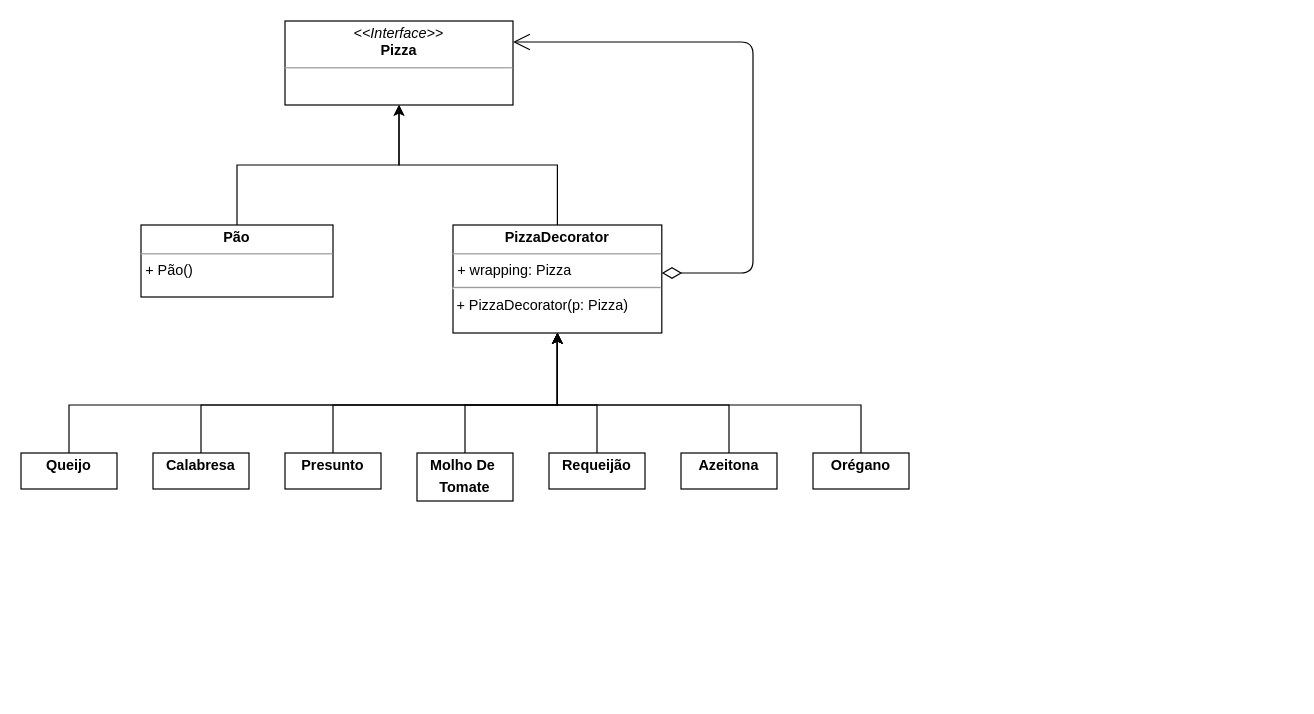
The draw.io diagram questao1.drawio in gbrlbrbs/exlab2ces12, before the edit. Source tidied: cells renumbered, new cells numbered last; positions are measured from the earlier drawing's top-left corner, leaving out a move shared by most shapes. Both pictures are drawn from the tidied source at 120%, with x=0, y=0 at pixel (20, 20).
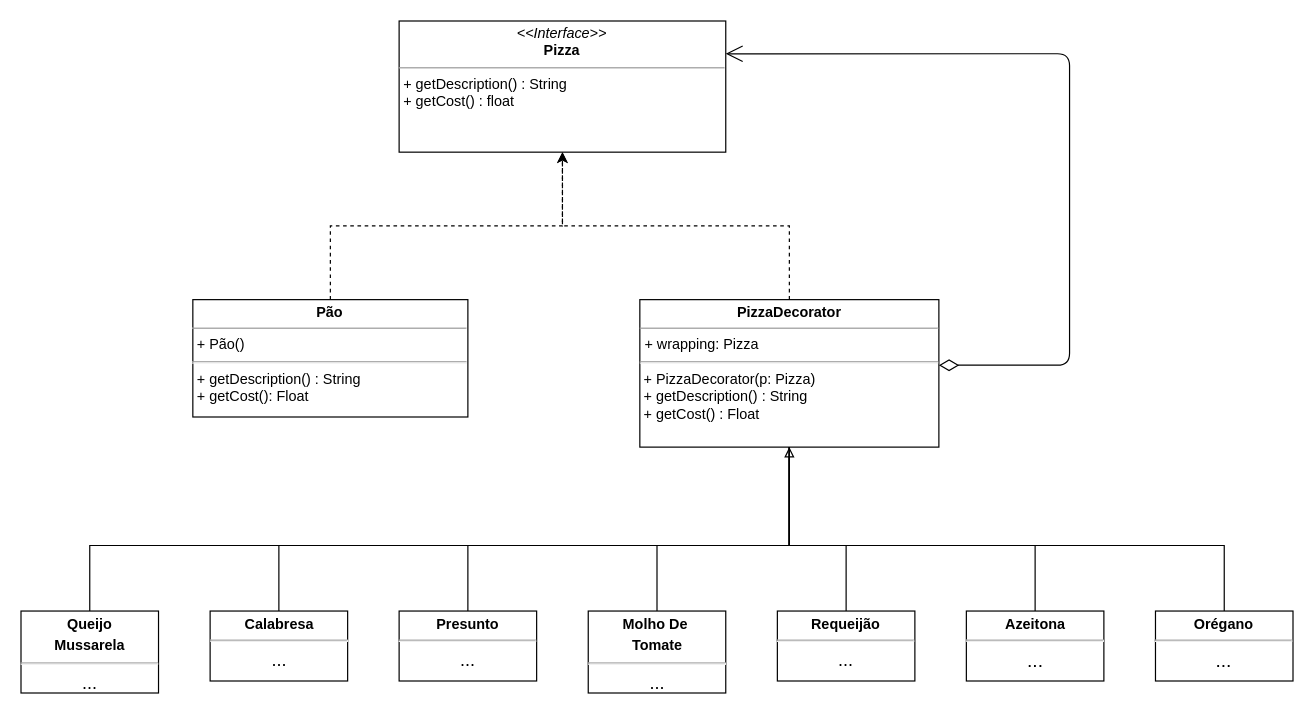
After the change.

The edit, as a diff of the source:
```diff
@@
-    <mxCell id="2" value="&lt;p style=&quot;margin: 0px ; margin-top: 4px ; text-align: center&quot;&gt;&lt;i&gt;&amp;lt;&amp;lt;Interface&amp;gt;&amp;gt;&lt;/i&gt;&lt;br&gt;&lt;b&gt;Pizza&lt;/b&gt;&lt;/p&gt;&lt;hr size=&quot;1&quot;&gt;&lt;p style=&quot;margin: 0px ; margin-left: 4px&quot;&gt;&lt;br&gt;&lt;/p&gt;" style="verticalAlign=top;align=left;overflow=fill;fontSize=12;fontFamily=Helvetica;html=1;" parent="1" vertex="1">
-      <mxGeometry x="220" width="190" height="70" as="geometry" />
+    <mxCell id="2" value="&lt;p style=&quot;margin: 0px ; margin-top: 4px ; text-align: center&quot;&gt;&lt;i&gt;&amp;lt;&amp;lt;Interface&amp;gt;&amp;gt;&lt;/i&gt;&lt;br&gt;&lt;b&gt;Pizza&lt;/b&gt;&lt;/p&gt;&lt;hr size=&quot;1&quot;&gt;&lt;p style=&quot;margin: 0px ; margin-left: 4px&quot;&gt;+ getDescription() : String&lt;/p&gt;&lt;p style=&quot;margin: 0px ; margin-left: 4px&quot;&gt;+ getCost() : float&lt;/p&gt;" style="verticalAlign=top;align=left;overflow=fill;fontSize=12;fontFamily=Helvetica;html=1;" parent="1" vertex="1">
+      <mxGeometry x="315.1" width="272.2" height="109.3" as="geometry" />
     </mxCell>
-    <mxCell id="3" style="edgeStyle=orthogonalEdgeStyle;rounded=0;jettySize=auto;html=1;entryX=0.5;entryY=1;entryDx=0;entryDy=0;" parent="1" edge="1" source="4" target="2">
-      <mxGeometry relative="1" as="geometry" />
+    <mxCell id="3" style="edgeStyle=orthogonalEdgeStyle;rounded=0;jettySize=auto;html=1;entryX=0.5;entryY=1;entryDx=0;entryDy=0;dashed=1;" parent="1" edge="1" source="4" target="2">
+      <mxGeometry x="40" y="100" as="geometry" />
     </mxCell>
-    <mxCell id="4" value="&lt;p style=&quot;margin: 0px ; margin-top: 4px ; text-align: center&quot;&gt;&lt;b&gt;Pão&lt;/b&gt;&lt;/p&gt;&lt;hr size=&quot;1&quot;&gt;&lt;p style=&quot;margin: 0px ; margin-left: 4px&quot;&gt;+ Pão()&lt;/p&gt;" style="verticalAlign=top;align=left;overflow=fill;fontSize=12;fontFamily=Helvetica;html=1;" parent="1" vertex="1">
-      <mxGeometry x="100" y="170" width="160" height="60" as="geometry" />
+    <mxCell id="4" value="&lt;p style=&quot;margin: 0px ; margin-top: 4px ; text-align: center&quot;&gt;&lt;b&gt;Pão&lt;/b&gt;&lt;/p&gt;&lt;hr size=&quot;1&quot;&gt;&lt;p style=&quot;margin: 0px ; margin-left: 4px&quot;&gt;+ Pão()&lt;/p&gt;&lt;hr&gt;&lt;p style=&quot;margin: 0px ; margin-left: 4px&quot;&gt;+ getDescription() : String&lt;/p&gt;&lt;p style=&quot;margin: 0px ; margin-left: 4px&quot;&gt;+ getCost(): Float&lt;/p&gt;" style="verticalAlign=top;align=left;overflow=fill;fontSize=12;fontFamily=Helvetica;html=1;" parent="1" vertex="1">
+      <mxGeometry x="143.2" y="232.2" width="229.2" height="97.8" as="geometry" />
     </mxCell>
-    <mxCell id="5" style="edgeStyle=orthogonalEdgeStyle;rounded=0;jettySize=auto;html=1;entryX=0.5;entryY=1;entryDx=0;entryDy=0;" parent="1" edge="1" source="6" target="2">
-      <mxGeometry relative="1" as="geometry" />
+    <mxCell id="5" style="edgeStyle=orthogonalEdgeStyle;rounded=0;jettySize=auto;html=1;entryX=0.5;entryY=1;entryDx=0;entryDy=0;dashed=1;" parent="1" edge="1" source="6" target="2">
+      <mxGeometry x="40" y="100" as="geometry" />
     </mxCell>
-    <mxCell id="6" value="&lt;p style=&quot;margin: 0px ; margin-top: 4px ; text-align: center&quot;&gt;&lt;b&gt;PizzaDecorator&lt;/b&gt;&lt;/p&gt;&lt;hr size=&quot;1&quot;&gt;&lt;p style=&quot;margin: 0px ; margin-left: 4px&quot;&gt;&lt;span&gt;+ wrapping: Pizza&lt;/span&gt;&lt;br&gt;&lt;/p&gt;&lt;hr&gt;&amp;nbsp;+ PizzaDecorator(p: Pizza)" style="verticalAlign=top;align=left;overflow=fill;fontSize=12;fontFamily=Helvetica;html=1;" parent="1" vertex="1">
-      <mxGeometry x="360" y="170" width="174" height="90" as="geometry" />
+    <mxCell id="6" value="&lt;p style=&quot;margin: 0px ; margin-top: 4px ; text-align: center&quot;&gt;&lt;b&gt;PizzaDecorator&lt;/b&gt;&lt;/p&gt;&lt;hr size=&quot;1&quot;&gt;&lt;p style=&quot;margin: 0px ; margin-left: 4px&quot;&gt;&lt;span&gt;+ wrapping: Pizza&lt;/span&gt;&lt;br&gt;&lt;/p&gt;&lt;hr&gt;&amp;nbsp;+ PizzaDecorator(p: Pizza)&lt;br&gt;&amp;nbsp;+ getDescription() : String&lt;br&gt;&amp;nbsp;+ getCost() : Float" style="verticalAlign=top;align=left;overflow=fill;fontSize=12;fontFamily=Helvetica;html=1;" parent="1" vertex="1">
+      <mxGeometry x="515.7" y="232.2" width="249.2" height="122.9" as="geometry" />
     </mxCell>
     <mxCell id="7" style="endArrow=open;html=1;endSize=12;startArrow=diamondThin;startSize=14;startFill=0;edgeStyle=orthogonalEdgeStyle;align=left;verticalAlign=bottom;entryX=1;entryY=0.25;entryDx=0;entryDy=0;" parent="1" edge="1" source="6" target="2">
-      <mxGeometry x="-0.93" y="10" relative="1" as="geometry">
+      <mxGeometry x="40" y="100" as="geometry">
         <Array as="points">
-          <mxPoint x="610" y="210" />
-          <mxPoint x="610" y="18" />
+          <mxPoint x="873.8" y="286.8" />
+          <mxPoint x="873.8" y="27.3" />
         </Array>
       </mxGeometry>
     </mxCell>
-    <mxCell id="8" style="edgeStyle=orthogonalEdgeStyle;rounded=0;jettySize=auto;html=1;entryX=0.5;entryY=1;entryDx=0;entryDy=0;" parent="1" edge="1" source="9" target="6">
-      <mxGeometry relative="1" as="geometry">
+    <mxCell id="8" style="edgeStyle=orthogonalEdgeStyle;rounded=0;jettySize=auto;html=1;entryX=0.5;entryY=1;entryDx=0;entryDy=0;endArrow=block;endFill=0;" parent="1" edge="1" source="9" target="6">
+      <mxGeometry x="40" y="100" as="geometry">
         <Array as="points">
-          <mxPoint x="40" y="320" />
-          <mxPoint x="447" y="320" />
+          <mxPoint x="57.3" y="437.1" />
+          <mxPoint x="640.3" y="437.1" />
         </Array>
       </mxGeometry>
     </mxCell>
-    <mxCell id="9" value="&lt;p style=&quot;margin: 0px ; margin-top: 4px ; text-align: center&quot;&gt;&lt;b&gt;Queijo&lt;/b&gt;&lt;/p&gt;" style="verticalAlign=top;align=left;overflow=fill;fontSize=12;fontFamily=Helvetica;html=1;" parent="1" vertex="1">
-      <mxGeometry y="360" width="80" height="30" as="geometry" />
+    <mxCell id="9" value="&lt;p style=&quot;margin: 0px ; margin-top: 4px ; text-align: center&quot;&gt;&lt;b&gt;Queijo&lt;/b&gt;&lt;/p&gt;&lt;p style=&quot;margin: 0px ; margin-top: 4px ; text-align: center&quot;&gt;&lt;b&gt;Mussarela&lt;/b&gt;&lt;/p&gt;&lt;hr&gt;&lt;div style=&quot;text-align: center&quot;&gt;&lt;font style=&quot;font-size: 15px&quot;&gt;...&lt;/font&gt;&lt;/div&gt;" style="verticalAlign=top;align=left;overflow=fill;fontSize=12;fontFamily=Helvetica;html=1;" parent="1" vertex="1">
+      <mxGeometry y="491.7" width="114.6" height="68.3" as="geometry" />
     </mxCell>
-    <mxCell id="10" style="edgeStyle=orthogonalEdgeStyle;rounded=0;jettySize=auto;html=1;entryX=0.5;entryY=1;entryDx=0;entryDy=0;" parent="1" edge="1" source="11" target="6">
-      <mxGeometry relative="1" as="geometry">
+    <mxCell id="10" style="edgeStyle=orthogonalEdgeStyle;rounded=0;jettySize=auto;html=1;entryX=0.5;entryY=1;entryDx=0;entryDy=0;endArrow=none;endFill=0;" parent="1" edge="1" source="11" target="6">
+      <mxGeometry x="40" y="100" as="geometry">
         <Array as="points">
-          <mxPoint x="150" y="320" />
-          <mxPoint x="447" y="320" />
+          <mxPoint x="214.9" y="437.1" />
+          <mxPoint x="640.3" y="437.1" />
         </Array>
       </mxGeometry>
     </mxCell>
-    <mxCell id="11" value="&lt;p style=&quot;margin: 0px ; margin-top: 4px ; text-align: center&quot;&gt;&lt;b&gt;Calabresa&lt;/b&gt;&lt;/p&gt;" style="verticalAlign=top;align=left;overflow=fill;fontSize=12;fontFamily=Helvetica;html=1;" parent="1" vertex="1">
-      <mxGeometry x="110" y="360" width="80" height="30" as="geometry" />
+    <mxCell id="11" value="&lt;p style=&quot;margin: 0px ; margin-top: 4px ; text-align: center&quot;&gt;&lt;b&gt;Calabresa&lt;/b&gt;&lt;/p&gt;&lt;hr&gt;&lt;div style=&quot;text-align: center&quot;&gt;&lt;font style=&quot;font-size: 15px&quot;&gt;...&lt;/font&gt;&lt;/div&gt;" style="verticalAlign=top;align=left;overflow=fill;fontSize=12;fontFamily=Helvetica;html=1;" parent="1" vertex="1">
+      <mxGeometry x="157.6" y="491.7" width="114.6" height="58.3" as="geometry" />
     </mxCell>
-    <mxCell id="12" style="edgeStyle=orthogonalEdgeStyle;rounded=0;jettySize=auto;html=1;entryX=0.5;entryY=1;entryDx=0;entryDy=0;" parent="1" edge="1" source="13" target="6">
-      <mxGeometry relative="1" as="geometry">
+    <mxCell id="12" style="edgeStyle=orthogonalEdgeStyle;rounded=0;jettySize=auto;html=1;entryX=0.5;entryY=1;entryDx=0;entryDy=0;endArrow=none;endFill=0;" parent="1" edge="1" source="13" target="6">
+      <mxGeometry x="40" y="100" as="geometry">
         <Array as="points">
-          <mxPoint x="260" y="320" />
-          <mxPoint x="447" y="320" />
+          <mxPoint x="372.4" y="437.1" />
+          <mxPoint x="640.3" y="437.1" />
         </Array>
       </mxGeometry>
     </mxCell>
-    <mxCell id="13" value="&lt;p style=&quot;margin: 0px ; margin-top: 4px ; text-align: center&quot;&gt;&lt;b&gt;Presunto&lt;/b&gt;&lt;/p&gt;" style="verticalAlign=top;align=left;overflow=fill;fontSize=12;fontFamily=Helvetica;html=1;" parent="1" vertex="1">
-      <mxGeometry x="220" y="360" width="80" height="30" as="geometry" />
+    <mxCell id="13" value="&lt;p style=&quot;margin: 0px ; margin-top: 4px ; text-align: center&quot;&gt;&lt;b&gt;Presunto&lt;/b&gt;&lt;/p&gt;&lt;hr&gt;&lt;div style=&quot;text-align: center&quot;&gt;&lt;font style=&quot;font-size: 15px&quot;&gt;...&lt;/font&gt;&lt;/div&gt;" style="verticalAlign=top;align=left;overflow=fill;fontSize=12;fontFamily=Helvetica;html=1;" parent="1" vertex="1">
+      <mxGeometry x="315.1" y="491.7" width="114.6" height="58.3" as="geometry" />
     </mxCell>
-    <mxCell id="14" style="edgeStyle=orthogonalEdgeStyle;rounded=0;jettySize=auto;html=1;entryX=0.5;entryY=1;entryDx=0;entryDy=0;" parent="1" edge="1" source="15" target="6">
-      <mxGeometry relative="1" as="geometry">
+    <mxCell id="14" style="edgeStyle=orthogonalEdgeStyle;rounded=0;jettySize=auto;html=1;entryX=0.5;entryY=1;entryDx=0;entryDy=0;endArrow=none;endFill=0;" parent="1" edge="1" source="15" target="6">
+      <mxGeometry x="40" y="100" as="geometry">
         <Array as="points">
-          <mxPoint x="370" y="320" />
-          <mxPoint x="447" y="320" />
+          <mxPoint x="530" y="437.1" />
+          <mxPoint x="640.3" y="437.1" />
         </Array>
       </mxGeometry>
     </mxCell>
-    <mxCell id="15" value="&lt;p style=&quot;margin: 0px ; margin-top: 4px ; text-align: center&quot;&gt;&lt;b&gt;Molho De&amp;nbsp;&lt;/b&gt;&lt;/p&gt;&lt;p style=&quot;margin: 0px ; margin-top: 4px ; text-align: center&quot;&gt;&lt;b&gt;Tomate&lt;/b&gt;&lt;/p&gt;" style="verticalAlign=top;align=left;overflow=fill;fontSize=12;fontFamily=Helvetica;html=1;" parent="1" vertex="1">
-      <mxGeometry x="330" y="360" width="80" height="40" as="geometry" />
+    <mxCell id="15" value="&lt;p style=&quot;margin: 0px ; margin-top: 4px ; text-align: center&quot;&gt;&lt;b&gt;Molho De&amp;nbsp;&lt;/b&gt;&lt;/p&gt;&lt;p style=&quot;margin: 0px ; margin-top: 4px ; text-align: center&quot;&gt;&lt;b&gt;Tomate&lt;/b&gt;&lt;/p&gt;&lt;hr&gt;&lt;div style=&quot;text-align: center ; font-size: 15px&quot;&gt;...&lt;/div&gt;" style="verticalAlign=top;align=left;overflow=fill;fontSize=12;fontFamily=Helvetica;html=1;" parent="1" vertex="1">
+      <mxGeometry x="472.7" y="491.7" width="114.6" height="68.3" as="geometry" />
     </mxCell>
-    <mxCell id="16" style="edgeStyle=orthogonalEdgeStyle;rounded=0;jettySize=auto;html=1;entryX=0.5;entryY=1;entryDx=0;entryDy=0;" parent="1" edge="1" source="17" target="6">
-      <mxGeometry relative="1" as="geometry">
+    <mxCell id="16" style="edgeStyle=orthogonalEdgeStyle;rounded=0;jettySize=auto;html=1;entryX=0.5;entryY=1;entryDx=0;entryDy=0;endArrow=none;endFill=0;" parent="1" edge="1" source="17" target="6">
+      <mxGeometry x="40" y="100" as="geometry">
         <Array as="points">
-          <mxPoint x="480" y="320" />
-          <mxPoint x="447" y="320" />
+          <mxPoint x="687.6" y="437.1" />
+          <mxPoint x="640.3" y="437.1" />
         </Array>
       </mxGeometry>
     </mxCell>
-    <mxCell id="17" value="&lt;p style=&quot;margin: 0px ; margin-top: 4px ; text-align: center&quot;&gt;&lt;b&gt;Requeijão&lt;/b&gt;&lt;/p&gt;" style="verticalAlign=top;align=left;overflow=fill;fontSize=12;fontFamily=Helvetica;html=1;" parent="1" vertex="1">
-      <mxGeometry x="440" y="360" width="80" height="30" as="geometry" />
+    <mxCell id="17" value="&lt;p style=&quot;margin: 0px ; margin-top: 4px ; text-align: center&quot;&gt;&lt;b&gt;Requeijão&lt;/b&gt;&lt;/p&gt;&lt;hr&gt;&lt;div style=&quot;text-align: center ; font-size: 15px&quot;&gt;...&lt;/div&gt;" style="verticalAlign=top;align=left;overflow=fill;fontSize=12;fontFamily=Helvetica;html=1;" parent="1" vertex="1">
+      <mxGeometry x="630.3" y="491.7" width="114.6" height="58.3" as="geometry" />
     </mxCell>
-    <mxCell id="18" style="edgeStyle=orthogonalEdgeStyle;rounded=0;jettySize=auto;html=1;entryX=0.5;entryY=1;entryDx=0;entryDy=0;" parent="1" edge="1" source="19" target="6">
-      <mxGeometry relative="1" as="geometry">
+    <mxCell id="18" style="edgeStyle=orthogonalEdgeStyle;rounded=0;jettySize=auto;html=1;entryX=0.5;entryY=1;entryDx=0;entryDy=0;endFill=0;endArrow=none;" parent="1" edge="1" source="19" target="6">
+      <mxGeometry x="40" y="100" as="geometry">
         <Array as="points">
-          <mxPoint x="590" y="320" />
-          <mxPoint x="447" y="320" />
+          <mxPoint x="845.1" y="437.1" />
+          <mxPoint x="640.3" y="437.1" />
         </Array>
       </mxGeometry>
     </mxCell>
-    <mxCell id="19" value="&lt;p style=&quot;margin: 0px ; margin-top: 4px ; text-align: center&quot;&gt;&lt;b&gt;Azeitona&lt;/b&gt;&lt;/p&gt;" style="verticalAlign=top;align=left;overflow=fill;fontSize=12;fontFamily=Helvetica;html=1;" parent="1" vertex="1">
-      <mxGeometry x="550" y="360" width="80" height="30" as="geometry" />
+    <mxCell id="19" value="&lt;p style=&quot;margin: 0px ; margin-top: 4px ; text-align: center&quot;&gt;&lt;b&gt;Azeitona&lt;/b&gt;&lt;/p&gt;&lt;hr&gt;&lt;div style=&quot;text-align: center ; font-size: 16px&quot;&gt;...&lt;/div&gt;" style="verticalAlign=top;align=left;overflow=fill;fontSize=12;fontFamily=Helvetica;html=1;" parent="1" vertex="1">
+      <mxGeometry x="787.8" y="491.7" width="114.6" height="58.3" as="geometry" />
     </mxCell>
-    <mxCell id="20" style="edgeStyle=orthogonalEdgeStyle;rounded=0;jettySize=auto;html=1;entryX=0.5;entryY=1;entryDx=0;entryDy=0;" parent="1" edge="1" source="21" target="6">
-      <mxGeometry relative="1" as="geometry">
+    <mxCell id="20" style="edgeStyle=orthogonalEdgeStyle;rounded=0;jettySize=auto;html=1;entryX=0.5;entryY=1;entryDx=0;entryDy=0;endArrow=none;endFill=0;" parent="1" edge="1" source="21" target="6">
+      <mxGeometry x="40" y="100" as="geometry">
         <Array as="points">
-          <mxPoint x="700" y="320" />
-          <mxPoint x="447" y="320" />
+          <mxPoint x="1002.7" y="437.1" />
+          <mxPoint x="640.3" y="437.1" />
         </Array>
       </mxGeometry>
     </mxCell>
-    <mxCell id="21" value="&lt;p style=&quot;margin: 0px ; margin-top: 4px ; text-align: center&quot;&gt;&lt;b&gt;Orégano&lt;/b&gt;&lt;/p&gt;" style="verticalAlign=top;align=left;overflow=fill;fontSize=12;fontFamily=Helvetica;html=1;" parent="1" vertex="1">
-      <mxGeometry x="660" y="360" width="80" height="30" as="geometry" />
+    <mxCell id="21" value="&lt;p style=&quot;margin: 0px ; margin-top: 4px ; text-align: center&quot;&gt;&lt;b&gt;Orégano&lt;/b&gt;&lt;/p&gt;&lt;hr&gt;&lt;div style=&quot;text-align: center ; font-size: 16px&quot;&gt;...&lt;/div&gt;" style="verticalAlign=top;align=left;overflow=fill;fontSize=12;fontFamily=Helvetica;html=1;" parent="1" vertex="1">
+      <mxGeometry x="945.4" y="491.7" width="114.6" height="58.3" as="geometry" />
     </mxCell>
```
